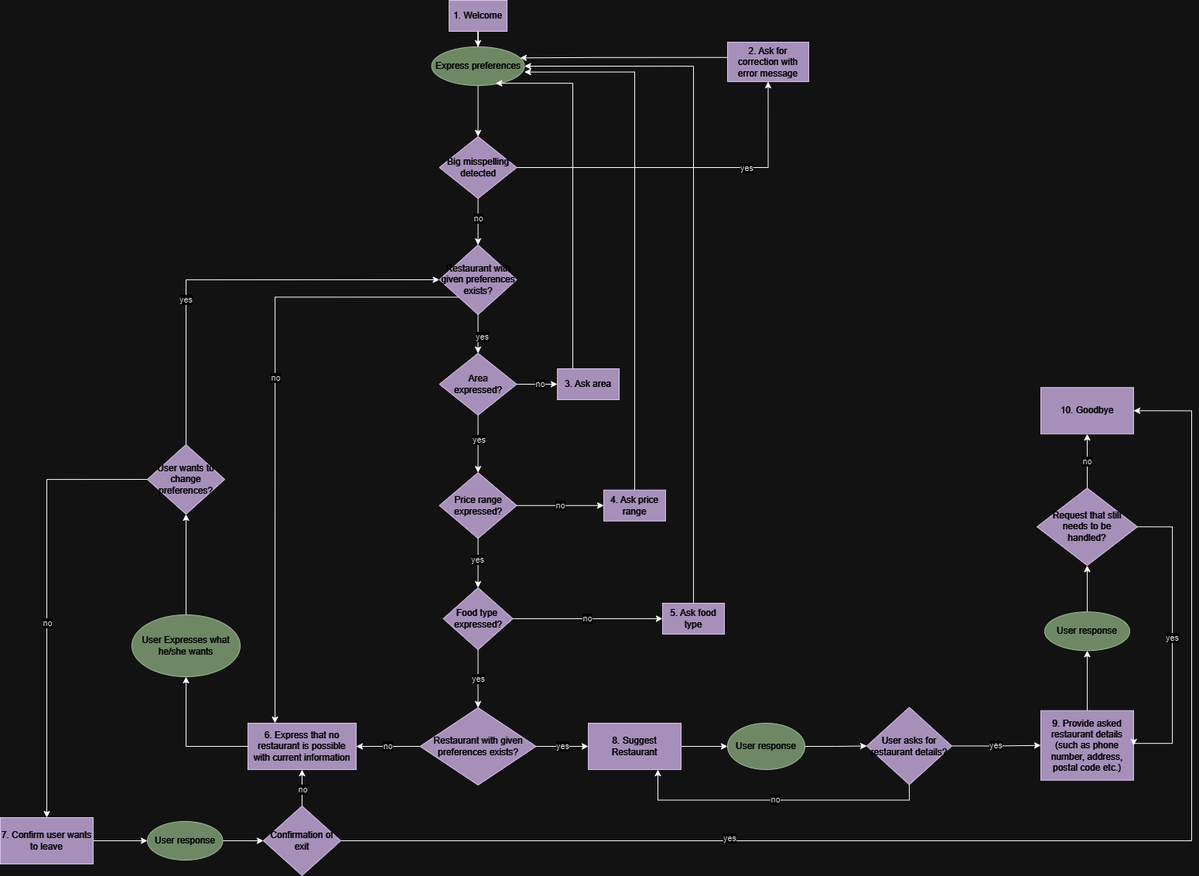
Earlier version of the draw.io export TeamProject/Part1-SystemImplementation/Part1b-DialogManagement/Part1b_MAIR_Final.drawio.png (nstavr04/MAIR-30). Source tidied: cells renumbered, new cells last; positions are measured from the earlier drawing's top-left corner, leaving out a move shared by most shapes.
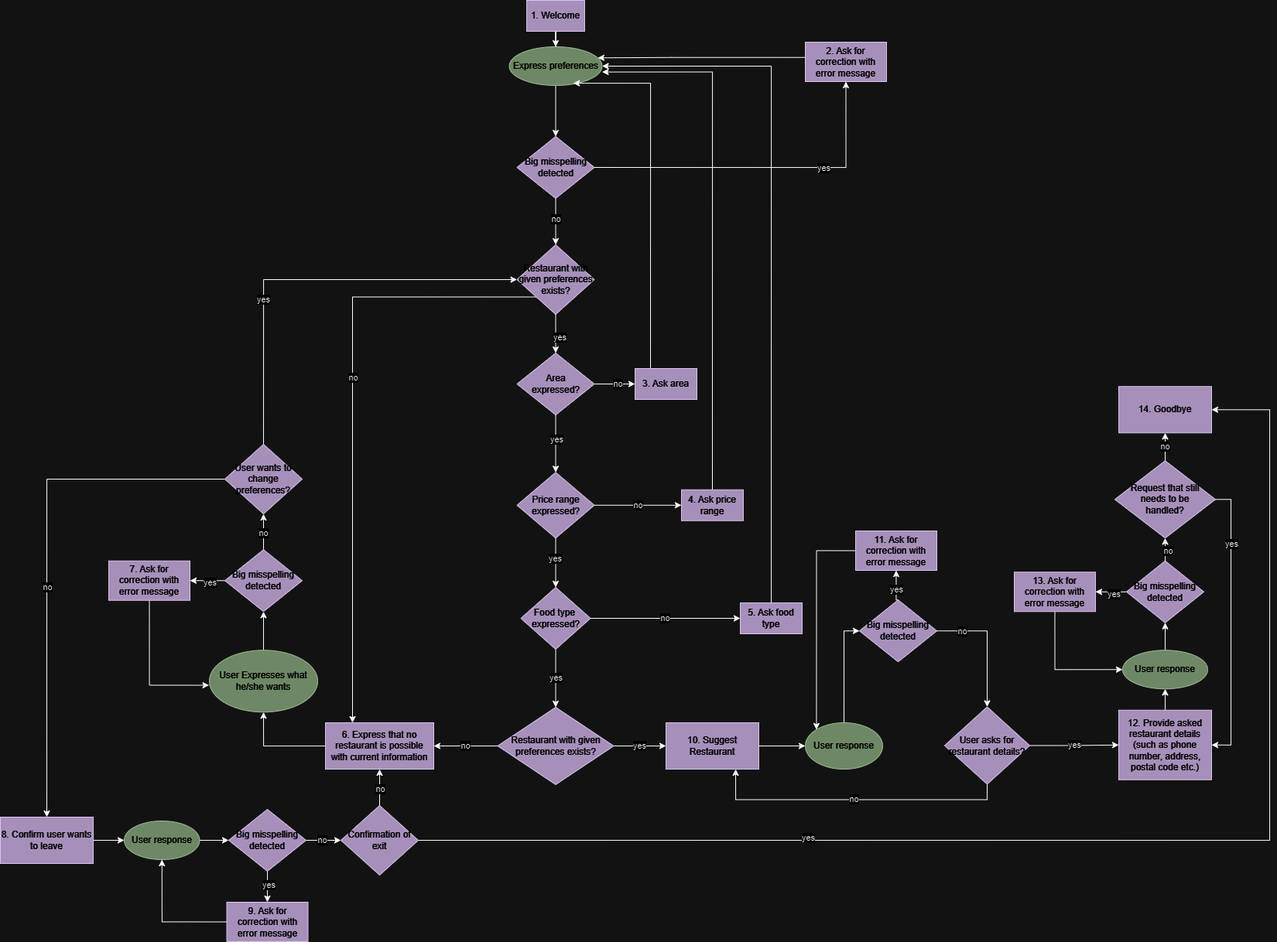
After the commit.

Commit message:
Updated state dialog model

Change to the diagram source:
```diff
@@ -11,7 +11,7 @@
     <mxCell id="4" style="edgeStyle=orthogonalEdgeStyle;rounded=0;jettySize=auto;html=1;" parent="1" edge="1" source="5" target="25">
       <mxGeometry relative="1" as="geometry" />
     </mxCell>
-    <mxCell id="5" value="8. Suggest&lt;br&gt;Restaurant" style="rounded=0;whiteSpace=wrap;html=1;fillColor=#76608a;fontColor=#ffffff;strokeColor=#432D57;" parent="1" vertex="1">
+    <mxCell id="5" value="10. Suggest&lt;br&gt;Restaurant" style="rounded=0;whiteSpace=wrap;html=1;fillColor=#76608a;fontColor=#ffffff;strokeColor=#432D57;" parent="1" vertex="1">
       <mxGeometry x="760" y="934" width="120" height="60" as="geometry" />
     </mxCell>
     <mxCell id="6" style="edgeStyle=orthogonalEdgeStyle;rounded=0;jettySize=auto;html=1;exitX=0.5;exitY=1;exitDx=0;exitDy=0;entryX=0.5;entryY=0;entryDx=0;entryDy=0;" parent="1" edge="1" source="7" target="70">
@@ -74,9 +74,9 @@
     <mxCell id="23" value="5. Ask food type" style="rounded=0;whiteSpace=wrap;html=1;fillColor=#76608a;fontColor=#ffffff;strokeColor=#432D57;" parent="1" vertex="1">
       <mxGeometry x="856" y="779" width="80" height="40" as="geometry" />
     </mxCell>
-    <mxCell id="24" style="edgeStyle=orthogonalEdgeStyle;rounded=0;jettySize=auto;html=1;" parent="1" edge="1" source="25" target="31">
-      <mxGeometry relative="1" as="geometry" />
-    </mxCell>
+    <mxCell id="73" style="edgeStyle=orthogonalEdgeStyle;rounded=0;jettySize=auto;html=1;exitX=0.5;exitY=0;exitDx=0;exitDy=0;entryX=0;entryY=0.5;entryDx=0;entryDy=0;" parent="1" edge="1" source="25" target="96">
+      <mxGeometry relative="1" as="geometry" />
+    </mxCell>
     <mxCell id="25" value="User response" style="ellipse;whiteSpace=wrap;html=1;fillColor=#6d8764;fontColor=#ffffff;strokeColor=#3A5431;" parent="1" vertex="1">
       <mxGeometry x="940" y="934" width="100" height="60" as="geometry" />
     </mxCell>
@@ -104,40 +104,38 @@
     <mxCell id="33" value="6. Express that no restaurant is possible with current information" style="rounded=0;whiteSpace=wrap;html=1;fillColor=#76608a;fontColor=#ffffff;strokeColor=#432D57;" parent="1" vertex="1">
       <mxGeometry x="320" y="934" width="140" height="60" as="geometry" />
     </mxCell>
-    <mxCell id="34" style="edgeStyle=orthogonalEdgeStyle;rounded=0;jettySize=auto;html=1;" parent="1" edge="1" source="35" target="50">
-      <mxGeometry relative="1" as="geometry" />
-    </mxCell>
+    <mxCell id="74" style="edgeStyle=orthogonalEdgeStyle;rounded=0;jettySize=auto;html=1;exitX=0.5;exitY=0;exitDx=0;exitDy=0;entryX=0.5;entryY=1;entryDx=0;entryDy=0;" parent="1" edge="1" source="35" target="82">
+      <mxGeometry relative="1" as="geometry" />
+    </mxCell>
     <mxCell id="35" value="User Expresses what he/she wants" style="ellipse;whiteSpace=wrap;html=1;fillColor=#6d8764;fontColor=#ffffff;strokeColor=#3A5431;" parent="1" vertex="1">
-      <mxGeometry x="170" y="794" width="140" height="80" as="geometry" />
+      <mxGeometry x="170" y="840.2" width="140" height="80" as="geometry" />
     </mxCell>
-    <mxCell id="36" value="10. Goodbye" style="rounded=0;whiteSpace=wrap;html=1;fillColor=#76608a;fontColor=#ffffff;strokeColor=#432D57;" parent="1" vertex="1">
-      <mxGeometry x="1345" y="500.2" width="120" height="60" as="geometry" />
+    <mxCell id="36" value="14. Goodbye" style="rounded=0;whiteSpace=wrap;html=1;fillColor=#76608a;fontColor=#ffffff;strokeColor=#432D57;" parent="1" vertex="1">
+      <mxGeometry x="1345" y="499.2" width="120" height="60" as="geometry" />
     </mxCell>
     <mxCell id="37" style="edgeStyle=orthogonalEdgeStyle;rounded=0;jettySize=auto;html=1;" parent="1" edge="1" source="38" target="40">
       <mxGeometry relative="1" as="geometry" />
     </mxCell>
-    <mxCell id="38" value="9. Provide asked restaurant details (such as phone number, address, postal code etc.)" style="rounded=0;whiteSpace=wrap;html=1;fillColor=#76608a;fontColor=#ffffff;strokeColor=#432D57;" parent="1" vertex="1">
+    <mxCell id="38" value="12. Provide asked restaurant details (such as phone number, address, postal code etc.)" style="rounded=0;whiteSpace=wrap;html=1;fillColor=#76608a;fontColor=#ffffff;strokeColor=#432D57;" parent="1" vertex="1">
       <mxGeometry x="1345" y="917.8" width="120" height="90" as="geometry" />
     </mxCell>
-    <mxCell id="39" style="edgeStyle=orthogonalEdgeStyle;rounded=0;jettySize=auto;html=1;" parent="1" edge="1" source="40" target="43">
-      <mxGeometry relative="1" as="geometry" />
-    </mxCell>
+    <mxCell id="75" style="edgeStyle=orthogonalEdgeStyle;rounded=0;jettySize=auto;html=1;exitX=0.5;exitY=0;exitDx=0;exitDy=0;entryX=0.5;entryY=1;entryDx=0;entryDy=0;" parent="1" edge="1" source="40" target="103">
+      <mxGeometry relative="1" as="geometry" />
+    </mxCell>
     <mxCell id="40" value="User response" style="ellipse;whiteSpace=wrap;html=1;fillColor=#6d8764;fontColor=#ffffff;strokeColor=#3A5431;" parent="1" vertex="1">
-      <mxGeometry x="1350" y="790.2" width="110" height="50" as="geometry" />
+      <mxGeometry x="1350" y="840.2" width="110" height="50" as="geometry" />
     </mxCell>
     <mxCell id="41" value="no" style="edgeStyle=orthogonalEdgeStyle;rounded=0;jettySize=auto;html=1;" parent="1" edge="1" source="43" target="36">
       <mxGeometry relative="1" as="geometry" />
     </mxCell>
-    <mxCell id="42" value="yes" style="edgeStyle=orthogonalEdgeStyle;rounded=0;jettySize=auto;html=1;exitX=1;exitY=0.5;exitDx=0;exitDy=0;entryX=1;entryY=0.5;entryDx=0;entryDy=0;" parent="1" edge="1" source="43" target="38">
-      <mxGeometry relative="1" as="geometry">
-        <Array as="points">
-          <mxPoint x="1515" y="680.2" />
-          <mxPoint x="1515" y="960.2" />
-        </Array>
-      </mxGeometry>
+    <mxCell id="42" style="edgeStyle=orthogonalEdgeStyle;rounded=0;jettySize=auto;html=1;exitX=1;exitY=0.5;exitDx=0;exitDy=0;entryX=1;entryY=0.5;entryDx=0;entryDy=0;" parent="1" edge="1" source="43" target="38">
+      <mxGeometry relative="1" as="geometry" />
     </mxCell>
+    <mxCell id="76" value="yes" style="edgeLabel;html=1;align=center;verticalAlign=middle;" parent="42" vertex="1">
+      <mxGeometry x="-0.58" relative="1" as="geometry" />
+    </mxCell>
     <mxCell id="43" value="Request that still &lt;br&gt;needs to be &lt;br&gt;handled?" style="rhombus;whiteSpace=wrap;html=1;fillColor=#76608a;fontColor=#ffffff;strokeColor=#432D57;" parent="1" vertex="1">
-      <mxGeometry x="1340" y="630.2" width="130" height="100" as="geometry" />
+      <mxGeometry x="1340" y="595.2" width="130" height="100" as="geometry" />
     </mxCell>
     <mxCell id="44" style="edgeStyle=orthogonalEdgeStyle;rounded=0;jettySize=auto;html=1;" parent="1" edge="1" source="14" target="17">
       <mxGeometry relative="1" as="geometry" />
@@ -212,14 +210,14 @@
     <mxCell id="62" style="edgeStyle=orthogonalEdgeStyle;rounded=0;jettySize=auto;html=1;exitX=1;exitY=0.5;exitDx=0;exitDy=0;" parent="1" edge="1" source="63" target="65">
       <mxGeometry relative="1" as="geometry" />
     </mxCell>
-    <mxCell id="63" value="7. Confirm user wants to leave" style="rounded=0;whiteSpace=wrap;html=1;fillColor=#76608a;fontColor=#ffffff;strokeColor=#432D57;" parent="1" vertex="1">
-      <mxGeometry y="1056" width="120" height="60" as="geometry" />
+    <mxCell id="63" value="8. Confirm user wants to leave" style="rounded=0;whiteSpace=wrap;html=1;fillColor=#76608a;fontColor=#ffffff;strokeColor=#432D57;" parent="1" vertex="1">
+      <mxGeometry x="-100" y="1056" width="120" height="60" as="geometry" />
     </mxCell>
-    <mxCell id="64" style="edgeStyle=orthogonalEdgeStyle;rounded=0;jettySize=auto;html=1;exitX=1;exitY=0.5;exitDx=0;exitDy=0;" parent="1" edge="1" source="65" target="61">
-      <mxGeometry relative="1" as="geometry" />
-    </mxCell>
+    <mxCell id="77" style="edgeStyle=orthogonalEdgeStyle;rounded=0;jettySize=auto;html=1;exitX=1;exitY=0.5;exitDx=0;exitDy=0;entryX=0;entryY=0.5;entryDx=0;entryDy=0;" parent="1" edge="1" source="65" target="89">
+      <mxGeometry relative="1" as="geometry" />
+    </mxCell>
     <mxCell id="65" value="User response" style="ellipse;whiteSpace=wrap;html=1;fillColor=#6d8764;fontColor=#ffffff;strokeColor=#3A5431;" parent="1" vertex="1">
-      <mxGeometry x="190" y="1061" width="97.5" height="50" as="geometry" />
+      <mxGeometry x="60" y="1061" width="97.5" height="50" as="geometry" />
     </mxCell>
     <mxCell id="66" style="edgeStyle=orthogonalEdgeStyle;rounded=0;jettySize=auto;html=1;exitX=0.5;exitY=1;exitDx=0;exitDy=0;entryX=0.5;entryY=0;entryDx=0;entryDy=0;" parent="1" edge="1" source="70" target="56">
       <mxGeometry relative="1" as="geometry" />
@@ -248,5 +246,89 @@
     <mxCell id="72" value="2. Ask for correction with error message" style="rounded=0;whiteSpace=wrap;html=1;fillColor=#76608a;strokeColor=#432D57;fontColor=#ffffff;" parent="1" vertex="1">
       <mxGeometry x="940" y="54" width="105" height="51" as="geometry" />
     </mxCell>
+    <mxCell id="78" style="edgeStyle=orthogonalEdgeStyle;rounded=0;jettySize=auto;html=1;exitX=0.5;exitY=0;exitDx=0;exitDy=0;entryX=0.5;entryY=1;entryDx=0;entryDy=0;" parent="1" edge="1" source="82" target="50">
+      <mxGeometry relative="1" as="geometry" />
+    </mxCell>
+    <mxCell id="79" value="no" style="edgeLabel;html=1;align=center;verticalAlign=middle;" parent="78" vertex="1">
+      <mxGeometry x="-0.05" y="1" relative="1" as="geometry" />
+    </mxCell>
+    <mxCell id="80" style="edgeStyle=orthogonalEdgeStyle;rounded=0;jettySize=auto;html=1;exitX=0;exitY=0.5;exitDx=0;exitDy=0;entryX=1;entryY=0.5;entryDx=0;entryDy=0;" parent="1" edge="1" source="82" target="84">
+      <mxGeometry relative="1" as="geometry" />
+    </mxCell>
+    <mxCell id="81" value="yes" style="edgeLabel;html=1;align=center;verticalAlign=middle;" parent="80" vertex="1">
+      <mxGeometry x="-0.12" y="2" relative="1" as="geometry" />
+    </mxCell>
+    <mxCell id="82" value="Big misspelling detected" style="rhombus;whiteSpace=wrap;html=1;fillColor=#76608a;fontColor=#ffffff;strokeColor=#432D57;" parent="1" vertex="1">
+      <mxGeometry x="190" y="710.2" width="100" height="80" as="geometry" />
+    </mxCell>
+    <mxCell id="83" style="edgeStyle=orthogonalEdgeStyle;rounded=0;jettySize=auto;html=1;exitX=0.5;exitY=1;exitDx=0;exitDy=0;entryX=-0.003;entryY=0.566;entryDx=0;entryDy=0;entryPerimeter=0;" parent="1" edge="1" source="84" target="35">
+      <mxGeometry relative="1" as="geometry" />
+    </mxCell>
+    <mxCell id="84" value="7. Ask for correction with error message" style="rounded=0;whiteSpace=wrap;html=1;fillColor=#76608a;strokeColor=#432D57;fontColor=#ffffff;" parent="1" vertex="1">
+      <mxGeometry x="40" y="724.8" width="105" height="51" as="geometry" />
+    </mxCell>
+    <mxCell id="85" style="edgeStyle=orthogonalEdgeStyle;rounded=0;jettySize=auto;html=1;exitX=1;exitY=0.5;exitDx=0;exitDy=0;" parent="1" edge="1" source="89" target="61">
+      <mxGeometry relative="1" as="geometry" />
+    </mxCell>
+    <mxCell id="86" value="no" style="edgeLabel;html=1;align=center;verticalAlign=middle;" parent="85" vertex="1">
+      <mxGeometry x="-0.14" y="1" relative="1" as="geometry" />
+    </mxCell>
+    <mxCell id="87" style="edgeStyle=orthogonalEdgeStyle;rounded=0;jettySize=auto;html=1;exitX=0.5;exitY=1;exitDx=0;exitDy=0;entryX=0.5;entryY=0;entryDx=0;entryDy=0;" parent="1" edge="1" source="89" target="91">
+      <mxGeometry relative="1" as="geometry" />
+    </mxCell>
+    <mxCell id="88" value="yes" style="edgeLabel;html=1;align=center;verticalAlign=middle;" parent="87" vertex="1">
+      <mxGeometry x="-0.12" y="1" relative="1" as="geometry" />
+    </mxCell>
+    <mxCell id="89" value="Big misspelling detected" style="rhombus;whiteSpace=wrap;html=1;fillColor=#76608a;fontColor=#ffffff;strokeColor=#432D57;" parent="1" vertex="1">
+      <mxGeometry x="195" y="1046" width="100" height="80" as="geometry" />
+    </mxCell>
+    <mxCell id="90" style="edgeStyle=orthogonalEdgeStyle;rounded=0;jettySize=auto;html=1;exitX=0;exitY=0.5;exitDx=0;exitDy=0;entryX=0.5;entryY=1;entryDx=0;entryDy=0;" parent="1" edge="1" source="91" target="65">
+      <mxGeometry relative="1" as="geometry" />
+    </mxCell>
+    <mxCell id="91" value="9. Ask for correction with error message" style="rounded=0;whiteSpace=wrap;html=1;fillColor=#76608a;strokeColor=#432D57;fontColor=#ffffff;" parent="1" vertex="1">
+      <mxGeometry x="192.5" y="1166" width="105" height="51" as="geometry" />
+    </mxCell>
+    <mxCell id="92" style="edgeStyle=orthogonalEdgeStyle;rounded=0;jettySize=auto;html=1;exitX=1;exitY=0.5;exitDx=0;exitDy=0;entryX=0.5;entryY=0;entryDx=0;entryDy=0;" parent="1" edge="1" source="96" target="31">
+      <mxGeometry relative="1" as="geometry" />
+    </mxCell>
+    <mxCell id="93" value="no" style="edgeLabel;html=1;align=center;verticalAlign=middle;" parent="92" vertex="1">
+      <mxGeometry x="-0.6" relative="1" as="geometry" />
+    </mxCell>
+    <mxCell id="94" style="edgeStyle=orthogonalEdgeStyle;rounded=0;jettySize=auto;html=1;exitX=0.5;exitY=0;exitDx=0;exitDy=0;entryX=0.5;entryY=1;entryDx=0;entryDy=0;" parent="1" edge="1" source="96" target="98">
+      <mxGeometry relative="1" as="geometry" />
+    </mxCell>
+    <mxCell id="95" value="yes" style="edgeLabel;html=1;align=center;verticalAlign=middle;" parent="94" vertex="1">
+      <mxGeometry x="-0.15" relative="1" as="geometry" />
+    </mxCell>
+    <mxCell id="96" value="Big misspelling detected" style="rhombus;whiteSpace=wrap;html=1;fillColor=#76608a;fontColor=#ffffff;strokeColor=#432D57;" parent="1" vertex="1">
+      <mxGeometry x="1010" y="775.2" width="100" height="80" as="geometry" />
+    </mxCell>
+    <mxCell id="97" style="edgeStyle=orthogonalEdgeStyle;rounded=0;jettySize=auto;html=1;exitX=0;exitY=0.5;exitDx=0;exitDy=0;entryX=0;entryY=0;entryDx=0;entryDy=0;" parent="1" edge="1" source="98" target="25">
+      <mxGeometry relative="1" as="geometry" />
+    </mxCell>
+    <mxCell id="98" value="11. Ask for correction with error message" style="rounded=0;whiteSpace=wrap;html=1;fillColor=#76608a;strokeColor=#432D57;fontColor=#ffffff;" parent="1" vertex="1">
+      <mxGeometry x="1005" y="686" width="105" height="51" as="geometry" />
+    </mxCell>
+    <mxCell id="99" style="edgeStyle=orthogonalEdgeStyle;rounded=0;jettySize=auto;html=1;exitX=0.5;exitY=0;exitDx=0;exitDy=0;entryX=0.5;entryY=1;entryDx=0;entryDy=0;" parent="1" edge="1" source="103" target="43">
+      <mxGeometry relative="1" as="geometry" />
+    </mxCell>
+    <mxCell id="100" value="no" style="edgeLabel;html=1;align=center;verticalAlign=middle;" parent="99" vertex="1">
+      <mxGeometry x="-0.1" y="-3" relative="1" as="geometry" />
+    </mxCell>
+    <mxCell id="101" style="edgeStyle=orthogonalEdgeStyle;rounded=0;jettySize=auto;html=1;exitX=0;exitY=0.5;exitDx=0;exitDy=0;" parent="1" edge="1" source="103" target="105">
+      <mxGeometry relative="1" as="geometry" />
+    </mxCell>
+    <mxCell id="102" value="yes" style="edgeLabel;html=1;align=center;verticalAlign=middle;" parent="101" vertex="1">
+      <mxGeometry x="-0.14" y="2" relative="1" as="geometry" />
+    </mxCell>
+    <mxCell id="103" value="Big misspelling detected" style="rhombus;whiteSpace=wrap;html=1;fillColor=#76608a;fontColor=#ffffff;strokeColor=#432D57;" parent="1" vertex="1">
+      <mxGeometry x="1355" y="724.8" width="100" height="80" as="geometry" />
+    </mxCell>
+    <mxCell id="104" style="edgeStyle=orthogonalEdgeStyle;rounded=0;jettySize=auto;html=1;exitX=0.5;exitY=1;exitDx=0;exitDy=0;entryX=0;entryY=0.5;entryDx=0;entryDy=0;" parent="1" edge="1" source="105" target="40">
+      <mxGeometry relative="1" as="geometry" />
+    </mxCell>
+    <mxCell id="105" value="13. Ask for correction with error message" style="rounded=0;whiteSpace=wrap;html=1;fillColor=#76608a;strokeColor=#432D57;fontColor=#ffffff;" parent="1" vertex="1">
+      <mxGeometry x="1210" y="739.2" width="105" height="51" as="geometry" />
+    </mxCell>
   </root>
 </mxGraphModel>
```
